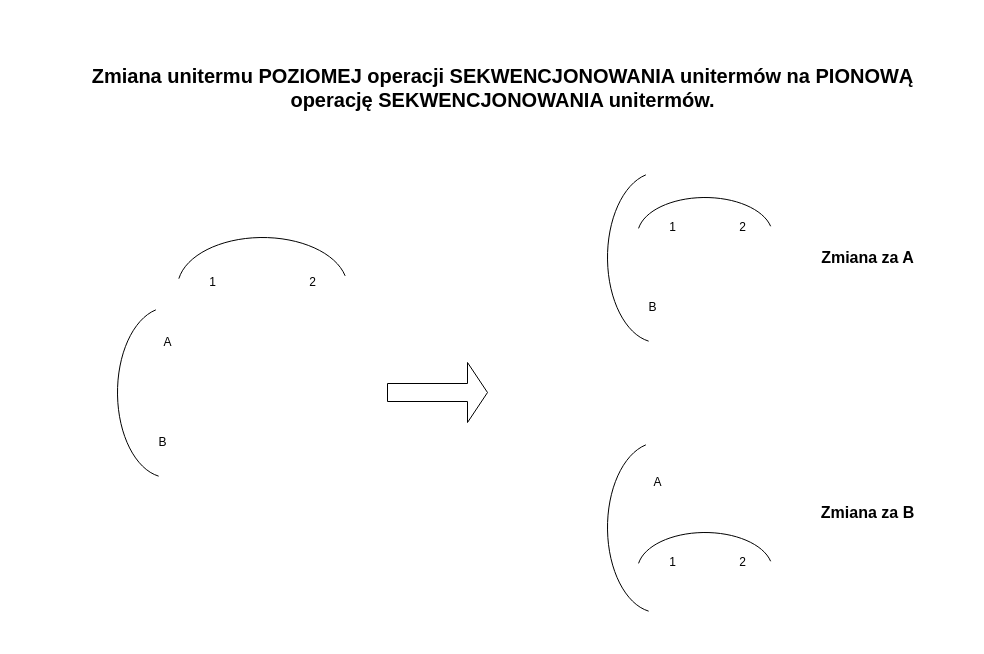
CptTemplar1/ProjektMASI keeps this draw.io diagram as Diagramy/Diagram_jak_to_ma_wyglądać.drawio. Above is the earlier version. Source tidied: cells renumbered, new cells numbered last; positions are measured from the earlier drawing's top-left corner, leaving out a move shared by most shapes. Both pictures are drawn from the tidied source at 100%, with x=0, y=0 at pixel (77, 57).
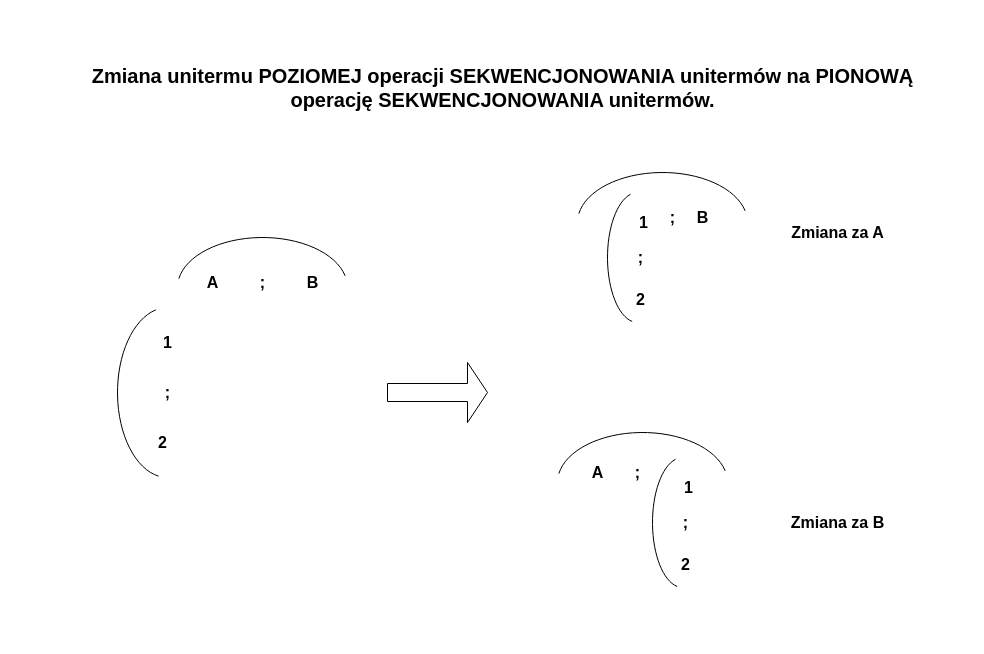
After the change.

Commit message (it also covers changes not shown here):
Poprawiono wygląd, dodano ikonę z podglądem wzoru diagramu oraz dodano instrukcję

The change refers to these unchanged cells:
```xml
<mxCell id="2" style="group;" parent="1" vertex="1">
  <mxGeometry x="40" y="250" width="100" height="170" as="geometry" />
</mxCell>
<mxCell id="6" style="group;" parent="1" vertex="1">
  <mxGeometry x="100" y="180" width="170" height="100" as="geometry" />
</mxCell>
```

What changed in the source:
```diff
@@
-    <mxCell id="4" value="A" style="text;html=1;align=center;verticalAlign=middle;strokeColor=none;fillColor=none;" parent="2" vertex="1">
+    <mxCell id="4" value="&lt;b style=&quot;font-size: 16px;&quot;&gt;1&lt;/b&gt;" style="text;html=1;align=center;verticalAlign=middle;strokeColor=none;fillColor=none;fontSize=16;" parent="2" vertex="1">
       <mxGeometry x="35" y="20" width="30" height="30" as="geometry" />
     </mxCell>
-    <mxCell id="5" value="B" style="text;html=1;align=center;verticalAlign=middle;strokeColor=none;fillColor=none;" parent="2" vertex="1">
+    <mxCell id="5" value="&lt;b style=&quot;font-size: 16px;&quot;&gt;2&lt;/b&gt;" style="text;html=1;align=center;verticalAlign=middle;strokeColor=none;fillColor=none;fontSize=16;" parent="2" vertex="1">
       <mxGeometry x="30" y="120" width="30" height="30" as="geometry" />
     </mxCell>
+    <mxCell id="28" value="&lt;b style=&quot;font-size: 16px;&quot;&gt;;&lt;/b&gt;" style="text;html=1;align=center;verticalAlign=middle;strokeColor=none;fillColor=none;rotation=0;fontSize=16;" parent="2" vertex="1">
+      <mxGeometry x="35" y="70" width="30" height="30" as="geometry" />
+    </mxCell>
@@
-    <mxCell id="8" value="2" style="text;html=1;align=center;verticalAlign=middle;strokeColor=none;fillColor=none;rotation=0;" parent="6" vertex="1">
-      <mxGeometry x="120" y="30" width="30" height="30" as="geometry" />
+    <mxCell id="8" value="&lt;b style=&quot;font-size: 16px;&quot;&gt;B&lt;/b&gt;" style="text;html=1;align=center;verticalAlign=middle;strokeColor=none;fillColor=none;rotation=0;fontSize=16;" parent="6" vertex="1">
+      <mxGeometry x="115" y="30" width="40" height="30" as="geometry" />
     </mxCell>
-    <mxCell id="9" value="1" style="text;html=1;align=center;verticalAlign=middle;strokeColor=none;fillColor=none;rotation=0;" parent="6" vertex="1">
-      <mxGeometry x="20" y="30" width="30" height="30" as="geometry" />
+    <mxCell id="9" value="&lt;b style=&quot;font-size: 16px;&quot;&gt;A&lt;/b&gt;" style="text;html=1;align=center;verticalAlign=middle;strokeColor=none;fillColor=none;rotation=0;fontSize=16;" parent="6" vertex="1">
+      <mxGeometry x="15" y="30" width="40" height="30" as="geometry" />
     </mxCell>
+    <mxCell id="29" value="&lt;b style=&quot;font-size: 16px;&quot;&gt;;&lt;/b&gt;" style="text;html=1;align=center;verticalAlign=middle;strokeColor=none;fillColor=none;rotation=0;fontSize=16;" parent="6" vertex="1">
+      <mxGeometry x="70" y="30" width="30" height="30" as="geometry" />
+    </mxCell>
-    <mxCell id="10" style="shape=singleArrow;whiteSpace=wrap;html=1;" parent="1" vertex="1">
+    <mxCell id="10" style="shape=singleArrow;whiteSpace=wrap;html=1;fillColor=none;" parent="1" vertex="1">
       <mxGeometry x="310" y="305" width="100" height="60" as="geometry" />
     </mxCell>
-    <mxCell id="11" style="group;" parent="1" vertex="1">
-      <mxGeometry x="530" y="115" width="100" height="170" as="geometry" />
-    </mxCell>
-    <mxCell id="12" style="verticalLabelPosition=bottom;verticalAlign=top;html=1;shape=mxgraph.basic.arc;startAngle=0.5283443714492546;endAngle=0.9625118519977894;" parent="11" vertex="1">
-      <mxGeometry width="100" height="170" as="geometry" />
-    </mxCell>
-    <mxCell id="13" value="B" style="text;html=1;align=center;verticalAlign=middle;strokeColor=none;fillColor=none;" parent="11" vertex="1">
-      <mxGeometry x="30" y="120" width="30" height="30" as="geometry" />
-    </mxCell>
-    <mxCell id="14" style="group;" parent="1" vertex="1">
-      <mxGeometry x="560" y="115" width="170" height="130" as="geometry" />
-    </mxCell>
-    <mxCell id="15" style="verticalLabelPosition=bottom;verticalAlign=top;html=1;shape=mxgraph.basic.arc;startAngle=0.5283443714492546;endAngle=0.9625118519977894;rotation=90;" parent="14" vertex="1">
-      <mxGeometry x="30" y="-5" width="75" height="135" as="geometry" />
-    </mxCell>
-    <mxCell id="16" value="2" style="text;html=1;align=center;verticalAlign=middle;strokeColor=none;fillColor=none;rotation=0;" parent="14" vertex="1">
-      <mxGeometry x="90" y="40" width="30" height="30" as="geometry" />
-    </mxCell>
-    <mxCell id="17" value="1" style="text;html=1;align=center;verticalAlign=middle;strokeColor=none;fillColor=none;rotation=0;" parent="14" vertex="1">
-      <mxGeometry x="20" y="40" width="30" height="30" as="geometry" />
-    </mxCell>
@@
-    <mxCell id="19" style="group;" parent="1" vertex="1">
-      <mxGeometry x="530" y="385" width="100" height="170" as="geometry" />
-    </mxCell>
-    <mxCell id="20" style="verticalLabelPosition=bottom;verticalAlign=top;html=1;shape=mxgraph.basic.arc;startAngle=0.5283443714492546;endAngle=0.9625118519977894;" parent="19" vertex="1">
-      <mxGeometry width="100" height="170" as="geometry" />
-    </mxCell>
-    <mxCell id="21" value="A" style="text;html=1;align=center;verticalAlign=middle;strokeColor=none;fillColor=none;" parent="19" vertex="1">
-      <mxGeometry x="35" y="25" width="30" height="30" as="geometry" />
-    </mxCell>
-    <mxCell id="22" style="group;" parent="1" vertex="1">
-      <mxGeometry x="560" y="450" width="170" height="130" as="geometry" />
-    </mxCell>
-    <mxCell id="23" style="verticalLabelPosition=bottom;verticalAlign=top;html=1;shape=mxgraph.basic.arc;startAngle=0.5283443714492546;endAngle=0.9625118519977894;rotation=90;" parent="22" vertex="1">
-      <mxGeometry x="30" y="-5" width="75" height="135" as="geometry" />
-    </mxCell>
-    <mxCell id="24" value="2" style="text;html=1;align=center;verticalAlign=middle;strokeColor=none;fillColor=none;rotation=0;" parent="22" vertex="1">
-      <mxGeometry x="90" y="40" width="30" height="30" as="geometry" />
-    </mxCell>
-    <mxCell id="25" value="1" style="text;html=1;align=center;verticalAlign=middle;strokeColor=none;fillColor=none;rotation=0;" parent="22" vertex="1">
-      <mxGeometry x="20" y="40" width="30" height="30" as="geometry" />
-    </mxCell>
     <mxCell id="26" value="&lt;b style=&quot;font-size: 16px;&quot;&gt;Zmiana za A&lt;br style=&quot;font-size: 16px;&quot;&gt;&lt;/b&gt;" style="text;html=1;align=center;verticalAlign=middle;strokeColor=none;fillColor=none;fontSize=16;" parent="1" vertex="1">
-      <mxGeometry x="730" y="185" width="120" height="30" as="geometry" />
+      <mxGeometry x="700" y="160" width="120" height="30" as="geometry" />
     </mxCell>
     <mxCell id="27" value="&lt;b style=&quot;font-size: 16px;&quot;&gt;Zmiana za B&lt;br&gt;&lt;/b&gt;" style="text;html=1;align=center;verticalAlign=middle;strokeColor=none;fillColor=none;fontSize=16;" parent="1" vertex="1">
-      <mxGeometry x="730" y="440" width="120" height="30" as="geometry" />
+      <mxGeometry x="700" y="450" width="120" height="30" as="geometry" />
     </mxCell>
+    <mxCell id="30" style="group;" parent="1" vertex="1">
+      <mxGeometry x="500" y="115" width="170" height="190" as="geometry" />
+    </mxCell>
+    <mxCell id="31" style="verticalLabelPosition=bottom;verticalAlign=top;html=1;shape=mxgraph.basic.arc;startAngle=0.5283443714492546;endAngle=0.9625118519977894;rotation=90;" parent="30" vertex="1">
+      <mxGeometry x="35" y="-35" width="100" height="170" as="geometry" />
+    </mxCell>
+    <mxCell id="13" value="&lt;b style=&quot;font-size: 16px;&quot;&gt;B&lt;/b&gt;" style="text;html=1;align=center;verticalAlign=middle;strokeColor=none;fillColor=none;rotation=0;fontSize=16;" parent="30" vertex="1">
+      <mxGeometry x="105" y="30" width="40" height="30" as="geometry" />
+    </mxCell>
+    <mxCell id="32" style="group;" parent="30" vertex="1">
+      <mxGeometry x="30" y="20" width="60" height="130" as="geometry" />
+    </mxCell>
+    <mxCell id="33" style="verticalLabelPosition=bottom;verticalAlign=top;html=1;shape=mxgraph.basic.arc;startAngle=0.5283443714492546;endAngle=0.9625118519977894;" parent="32" vertex="1">
+      <mxGeometry width="60" height="130" as="geometry" />
+    </mxCell>
+    <mxCell id="34" value="&lt;b style=&quot;font-size: 16px;&quot;&gt;1&lt;/b&gt;" style="text;html=1;align=center;verticalAlign=middle;strokeColor=none;fillColor=none;fontSize=16;" parent="32" vertex="1">
+      <mxGeometry x="21" y="15.3" width="30" height="30" as="geometry" />
+    </mxCell>
+    <mxCell id="35" value="&lt;b style=&quot;font-size: 16px;&quot;&gt;2&lt;/b&gt;" style="text;html=1;align=center;verticalAlign=middle;strokeColor=none;fillColor=none;fontSize=16;" parent="32" vertex="1">
+      <mxGeometry x="18" y="91.8" width="30" height="30" as="geometry" />
+    </mxCell>
+    <mxCell id="36" value="&lt;b style=&quot;font-size: 16px;&quot;&gt;;&lt;/b&gt;" style="text;html=1;align=center;verticalAlign=middle;strokeColor=none;fillColor=none;rotation=0;fontSize=16;" parent="32" vertex="1">
+      <mxGeometry x="18" y="50" width="30" height="30" as="geometry" />
+    </mxCell>
+    <mxCell id="37" value="&lt;b style=&quot;font-size: 16px;&quot;&gt;;&lt;/b&gt;" style="text;html=1;align=center;verticalAlign=middle;strokeColor=none;fillColor=none;rotation=0;fontSize=16;" parent="30" vertex="1">
+      <mxGeometry x="80" y="30" width="30" height="30" as="geometry" />
+    </mxCell>
+    <mxCell id="38" style="verticalLabelPosition=bottom;verticalAlign=top;html=1;shape=mxgraph.basic.arc;startAngle=0.5283443714492546;endAngle=0.9625118519977894;rotation=90;" parent="1" vertex="1">
+      <mxGeometry x="515" y="340" width="100" height="170" as="geometry" />
+    </mxCell>
+    <mxCell id="21" value="&lt;b style=&quot;font-size: 16px;&quot;&gt;A&lt;/b&gt;" style="text;html=1;align=center;verticalAlign=middle;strokeColor=none;fillColor=none;rotation=0;fontSize=16;" parent="1" vertex="1">
+      <mxGeometry x="500" y="400" width="40" height="30" as="geometry" />
+    </mxCell>
+    <mxCell id="39" style="group;" parent="1" vertex="1">
+      <mxGeometry x="575" y="400" width="60" height="130" as="geometry" />
+    </mxCell>
+    <mxCell id="40" style="verticalLabelPosition=bottom;verticalAlign=top;html=1;shape=mxgraph.basic.arc;startAngle=0.5283443714492546;endAngle=0.9625118519977894;" parent="39" vertex="1">
+      <mxGeometry width="60" height="130" as="geometry" />
+    </mxCell>
+    <mxCell id="41" value="&lt;b style=&quot;font-size: 16px;&quot;&gt;1&lt;/b&gt;" style="text;html=1;align=center;verticalAlign=middle;strokeColor=none;fillColor=none;fontSize=16;" parent="39" vertex="1">
+      <mxGeometry x="21" y="15.3" width="30" height="30" as="geometry" />
+    </mxCell>
+    <mxCell id="42" value="&lt;b style=&quot;font-size: 16px;&quot;&gt;2&lt;/b&gt;" style="text;html=1;align=center;verticalAlign=middle;strokeColor=none;fillColor=none;fontSize=16;" parent="39" vertex="1">
+      <mxGeometry x="18" y="91.8" width="30" height="30" as="geometry" />
+    </mxCell>
+    <mxCell id="43" value="&lt;b style=&quot;font-size: 16px;&quot;&gt;;&lt;/b&gt;" style="text;html=1;align=center;verticalAlign=middle;strokeColor=none;fillColor=none;rotation=0;fontSize=16;" parent="39" vertex="1">
+      <mxGeometry x="18" y="50" width="30" height="30" as="geometry" />
+    </mxCell>
+    <mxCell id="44" value="&lt;b style=&quot;font-size: 16px;&quot;&gt;;&lt;/b&gt;" style="text;html=1;align=center;verticalAlign=middle;strokeColor=none;fillColor=none;rotation=0;fontSize=16;" parent="1" vertex="1">
+      <mxGeometry x="545" y="400" width="30" height="30" as="geometry" />
+    </mxCell>
+    <mxCell id="45" style="rounded=0;whiteSpace=wrap;html=1;fillColor=none;strokeColor=none;" parent="1" vertex="1">
+      <mxGeometry x="-20" y="-40" width="910" height="40" as="geometry" />
+    </mxCell>
+    <mxCell id="46" style="rounded=0;whiteSpace=wrap;html=1;fillColor=none;strokeColor=none;" parent="1" vertex="1">
+      <mxGeometry x="-60" y="534.5" width="910" height="35.5" as="geometry" />
+    </mxCell>
```
